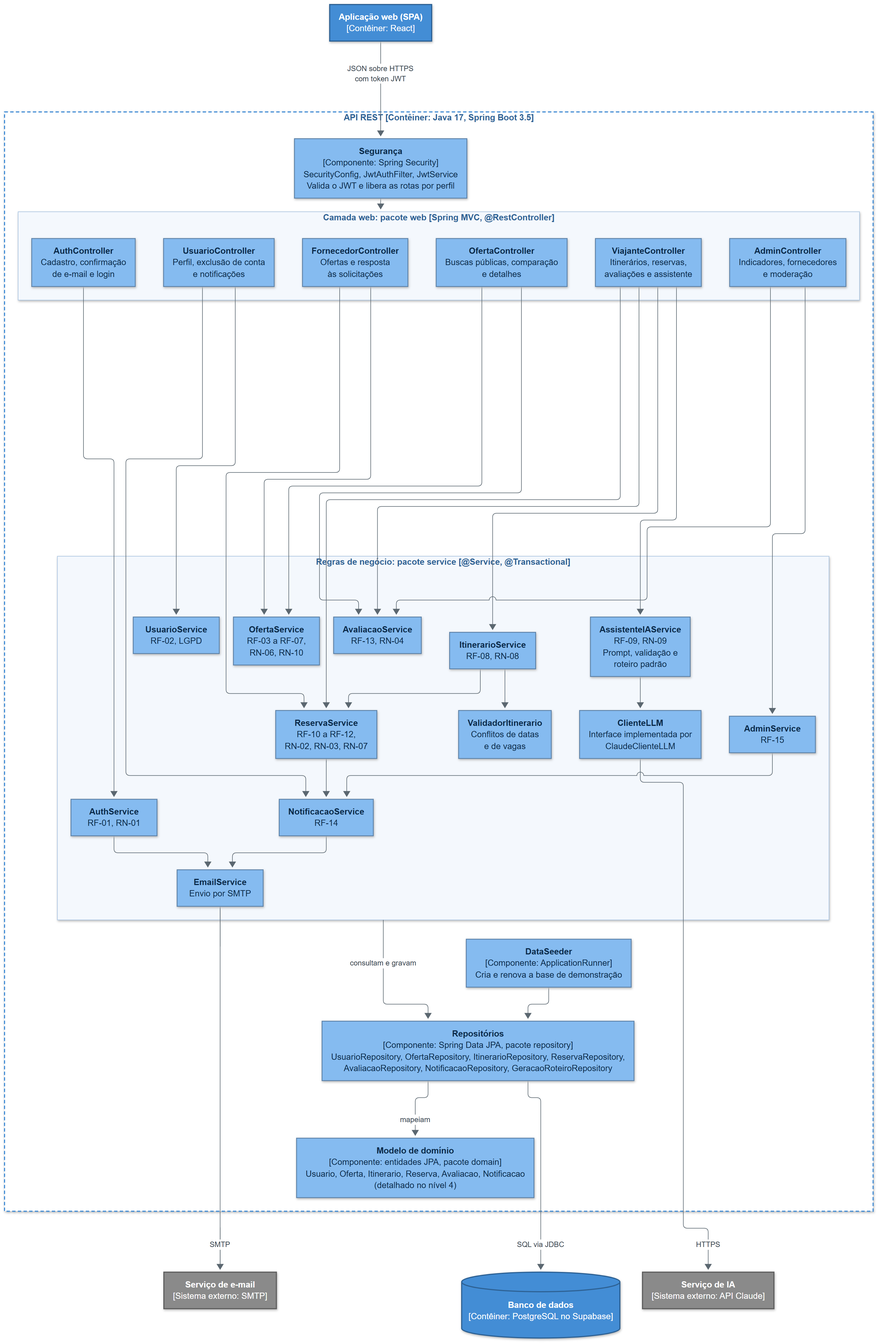
The Mermaid diagram docs/c4/img/c4-3-componentes.png in duquexote/viaja, before a commit. Its source is kept beside it as docs/c4/c4-3-componentes.mmd.
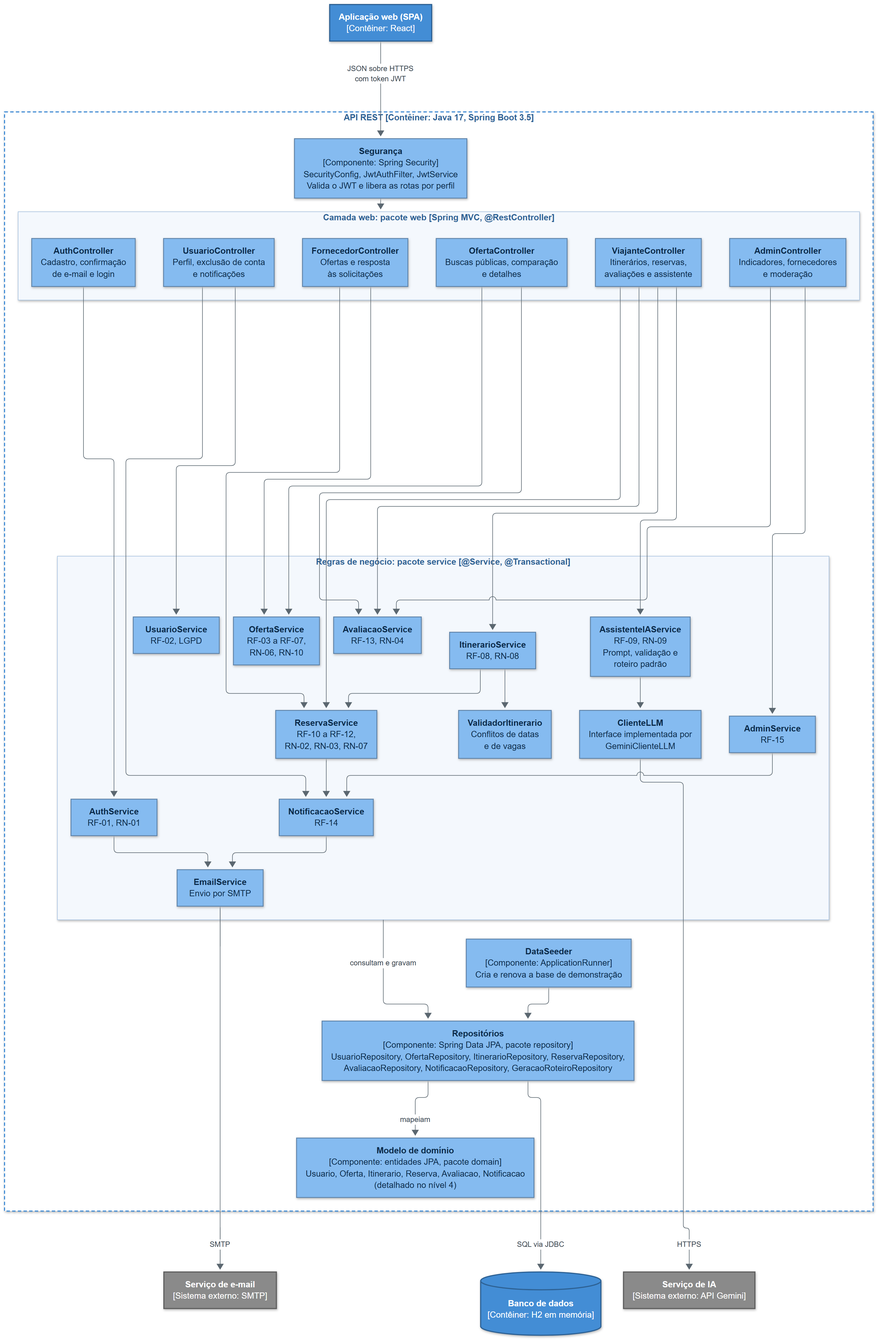
Later version of the same file.

The edit, as a diff of the source:
```diff
@@ -29,7 +29,7 @@
             sNotificacao["<b>NotificacaoService</b><br/>RF-14"]
             sEmail["<b>EmailService</b><br/>Envio por SMTP"]
             sIA["<b>AssistenteIAService</b><br/>RF-09, RN-09<br/>Prompt, validação e<br/>roteiro padrão"]
-            sLLM["<b>ClienteLLM</b><br/>Interface implementada por<br/>ClaudeClienteLLM"]
+            sLLM["<b>ClienteLLM</b><br/>Interface implementada por<br/>GeminiClienteLLM"]
         end
 
         repos["<b>Repositórios</b><br/>[Componente: Spring Data JPA, pacote repository]<br/>UsuarioRepository, OfertaRepository, ItinerarioRepository, ReservaRepository,<br/>AvaliacaoRepository, NotificacaoRepository, GeracaoRoteiroRepository"]
@@ -37,8 +37,8 @@
         seed["<b>DataSeeder</b><br/>[Componente: ApplicationRunner]<br/>Cria e renova a base de demonstração"]
     end
 
-    db[("<b>Banco de dados</b><br/>[Contêiner: PostgreSQL no Supabase]")]
-    ia["<b>Serviço de IA</b><br/>[Sistema externo: API Claude]"]
+    db[("<b>Banco de dados</b><br/>[Contêiner: H2 em memória]")]
+    ia["<b>Serviço de IA</b><br/>[Sistema externo: API Gemini]"]
     email["<b>Serviço de e-mail</b><br/>[Sistema externo: SMTP]"]
 
     spa -->|"JSON sobre HTTPS<br/>com token JWT"| seg
```
